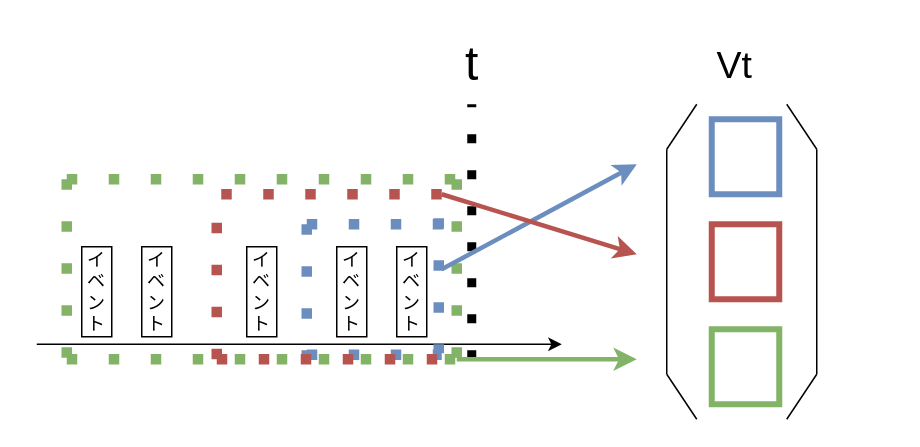
The draw.io diagram 名称未設定ファイル.drawio in Rwatana/Rwatana.github.io, before the edit. Source tidied: cells renumbered, new cells numbered last; positions are measured from the earlier drawing's top-left corner, leaving out a move shared by most shapes. Both pictures are drawn from the tidied source at 150%, with x=0, y=0 at pixel (36, 26).
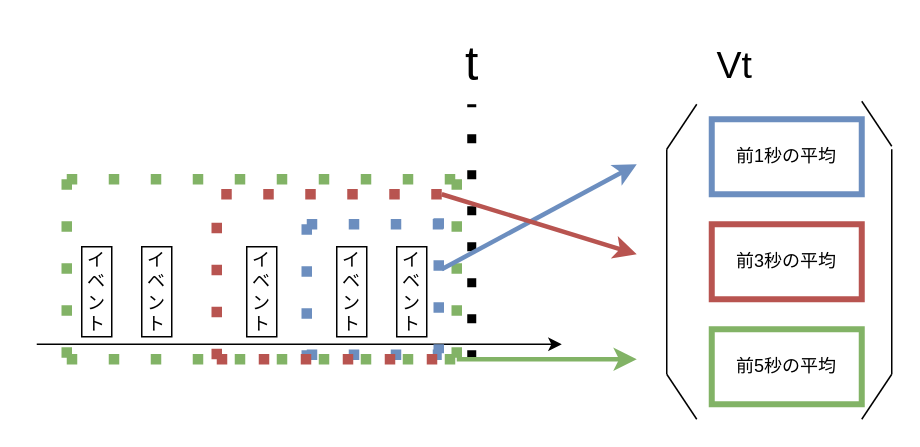
The same diagram, later.

Commit message:
名称未設定ファイル.drawio を更新します

Change to the diagram source:
```diff
@@
-    <mxCell id="23" style="rounded=0;whiteSpace=wrap;html=1;fillColor=none;strokeColor=#6c8ebf;strokeWidth=4;" parent="1" vertex="1">
-      <mxGeometry x="450" y="62" width="45" height="50" as="geometry" />
+    <mxCell id="23" value="前1秒の平均" style="rounded=0;whiteSpace=wrap;html=1;fillColor=none;strokeColor=#6c8ebf;strokeWidth=4;" parent="1" vertex="1">
+      <mxGeometry x="450" y="62" width="100" height="50" as="geometry" />
     </mxCell>
-    <mxCell id="24" style="rounded=0;whiteSpace=wrap;html=1;fillColor=none;strokeColor=#b85450;strokeWidth=4;" parent="1" vertex="1">
-      <mxGeometry x="450" y="132" width="45" height="50" as="geometry" />
+    <mxCell id="24" value="前3秒の平均" style="rounded=0;whiteSpace=wrap;html=1;fillColor=none;strokeColor=#b85450;strokeWidth=4;" parent="1" vertex="1">
+      <mxGeometry x="450" y="132" width="100" height="50" as="geometry" />
     </mxCell>
-    <mxCell id="25" style="rounded=0;whiteSpace=wrap;html=1;fillColor=none;strokeColor=#82b366;strokeWidth=4;" parent="1" vertex="1">
-      <mxGeometry x="450" y="202" width="45" height="50" as="geometry" />
+    <mxCell id="25" value="前5秒の平均" style="rounded=0;whiteSpace=wrap;html=1;fillColor=none;strokeColor=#82b366;strokeWidth=4;" parent="1" vertex="1">
+      <mxGeometry x="450" y="202" width="100" height="50" as="geometry" />
     </mxCell>
@@
     <mxCell id="28" style="endArrow=none;html=1;rounded=0;" parent="1" edge="1">
       <mxGeometry relative="1" as="geometry">
-        <mxPoint x="500" y="52" as="sourcePoint" />
-        <mxPoint x="520" y="82" as="targetPoint" />
+        <mxPoint x="550" y="50" as="sourcePoint" />
+        <mxPoint x="570" y="80" as="targetPoint" />
       </mxGeometry>
     </mxCell>
     <mxCell id="29" style="endArrow=none;html=1;rounded=0;" parent="1" edge="1">
       <mxGeometry relative="1" as="geometry">
-        <mxPoint x="520" y="232" as="sourcePoint" />
-        <mxPoint x="520" y="82" as="targetPoint" />
+        <mxPoint x="570" y="232" as="sourcePoint" />
+        <mxPoint x="570" y="82" as="targetPoint" />
       </mxGeometry>
     </mxCell>
     <mxCell id="30" style="endArrow=none;html=1;rounded=0;" parent="1" edge="1">
       <mxGeometry relative="1" as="geometry">
-        <mxPoint x="500" y="262" as="sourcePoint" />
-        <mxPoint x="520" y="232" as="targetPoint" />
+        <mxPoint x="550" y="262" as="sourcePoint" />
+        <mxPoint x="570" y="232" as="targetPoint" />
       </mxGeometry>
     </mxCell>
```
